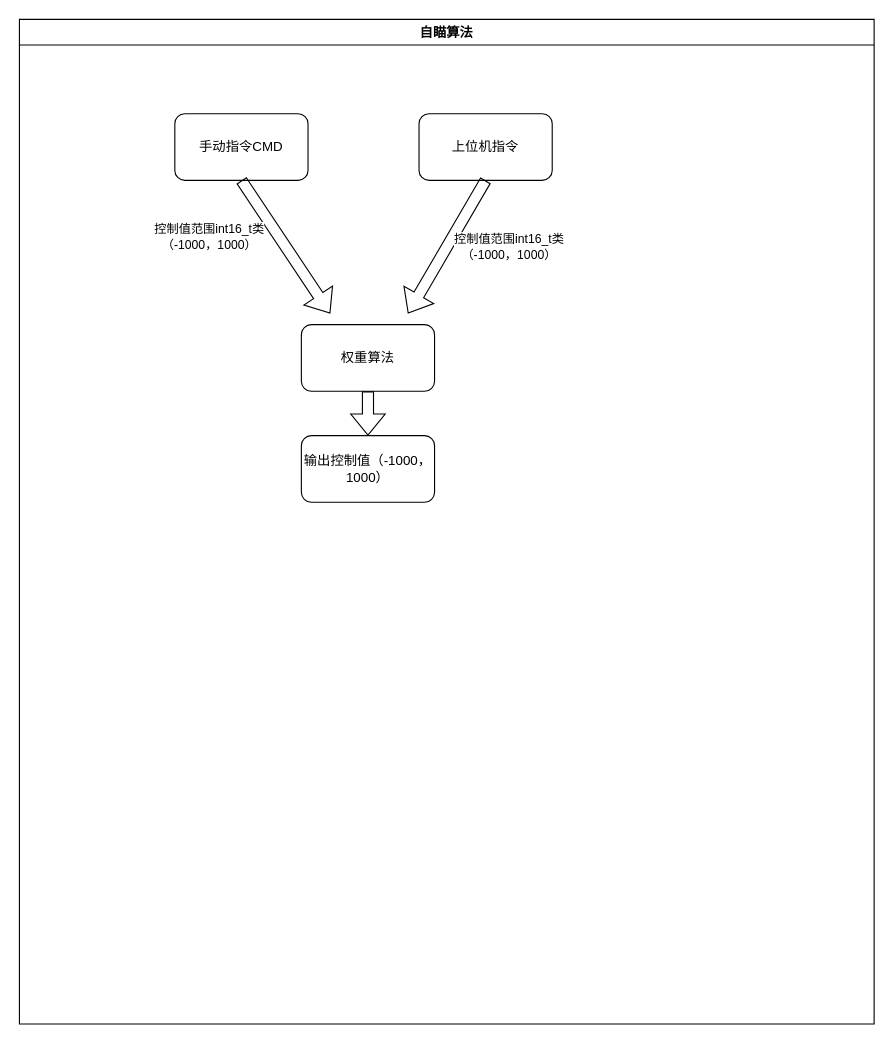
This is 下位机自瞄算法设计思路.drawio from Zhangziji-Cumulus/Cumulus_Notes, a draw.io file, before an edit. Source tidied: cells renumbered, new cells numbered last; positions are measured from the earlier drawing's top-left corner, leaving out a move shared by most shapes. Both pictures are drawn from the tidied source at 111%, with x=0, y=0 at pixel (19, 19).
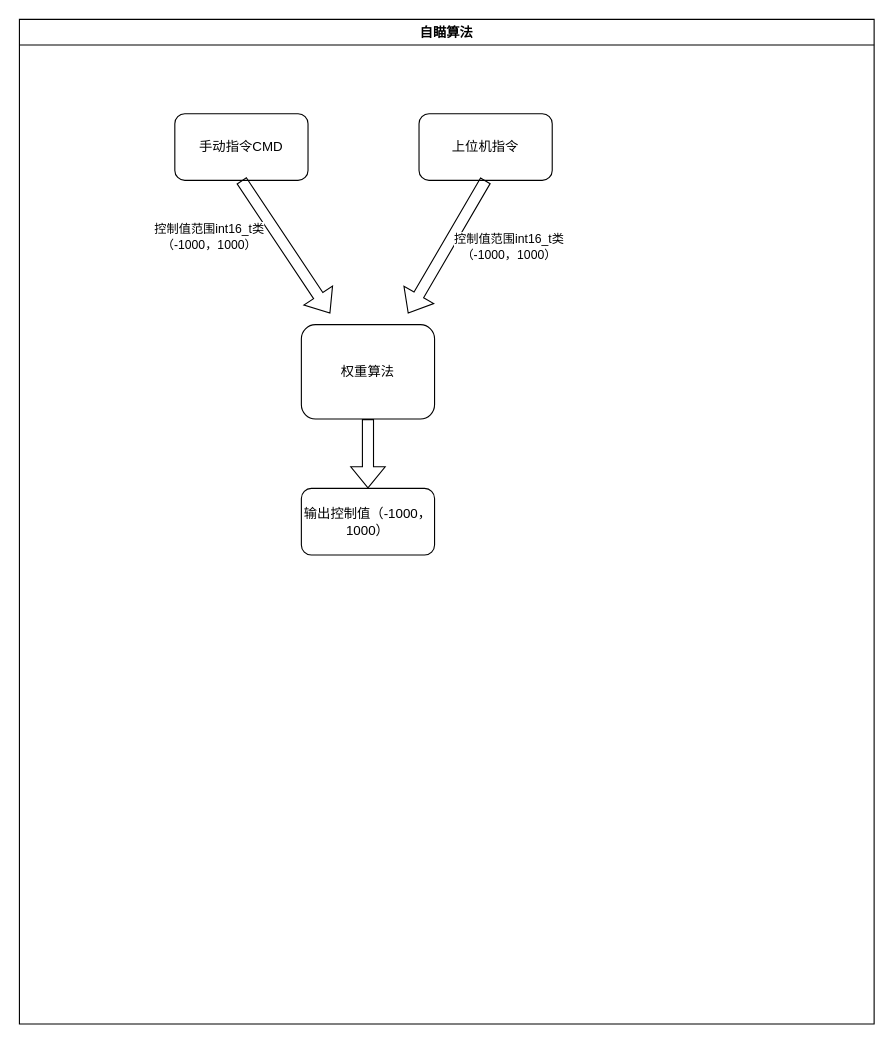
Above is the later version.

Commit message:
更新下位机自瞄算法设计思路.drawio

The edit, as a diff of the source:
```diff
@@
 <mxGraphModel>
   <root>
     <mxCell id="0" />
     <mxCell id="1" parent="0" />
     <mxCell id="2" value="自瞄算法" style="swimlane;whiteSpace=wrap;html=1;" parent="1" vertex="1">
       <mxGeometry width="770" height="905" as="geometry" />
     </mxCell>
     <mxCell id="3" value="手动指令CMD" style="rounded=1;whiteSpace=wrap;html=1;" parent="2" vertex="1">
       <mxGeometry x="140" y="85" width="120" height="60" as="geometry" />
     </mxCell>
     <mxCell id="4" value="上位机指令" style="rounded=1;whiteSpace=wrap;html=1;" parent="2" vertex="1">
       <mxGeometry x="360" y="85" width="120" height="60" as="geometry" />
     </mxCell>
     <mxCell id="5" value="权重算法" style="rounded=1;whiteSpace=wrap;html=1;" parent="2" vertex="1">
-      <mxGeometry x="254" y="275" width="120" height="60" as="geometry" />
+      <mxGeometry x="254" y="275" width="120" height="85" as="geometry" />
     </mxCell>
     <mxCell id="6" style="shape=flexArrow;endArrow=classic;html=1;rounded=0;exitX=0.5;exitY=1;exitDx=0;exitDy=0;" parent="2" edge="1" source="3">
       <mxGeometry relative="1" as="geometry">
         <mxPoint x="280" y="265" as="targetPoint" />
       </mxGeometry>
     </mxCell>
     <mxCell id="7" value="控制值范围int16_t类&lt;div&gt;（-1000，1000）&lt;/div&gt;" style="edgeLabel;html=1;align=center;verticalAlign=middle;" parent="6" vertex="1">
       <mxGeometry x="-0.46" y="2" relative="1" as="geometry">
         <mxPoint x="-53" y="19" as="offset" />
       </mxGeometry>
     </mxCell>
     <mxCell id="8" style="shape=flexArrow;endArrow=classic;html=1;rounded=0;exitX=0.5;exitY=1;exitDx=0;exitDy=0;" parent="2" edge="1">
       <mxGeometry relative="1" as="geometry">
         <mxPoint x="420" y="145" as="sourcePoint" />
         <mxPoint x="350" y="265" as="targetPoint" />
       </mxGeometry>
     </mxCell>
     <mxCell id="9" value="控制值范围int16_t类&lt;div&gt;（-1000，1000）&lt;/div&gt;" style="edgeLabel;html=1;align=center;verticalAlign=middle;" parent="8" vertex="1">
       <mxGeometry x="-0.35" y="2" relative="1" as="geometry">
         <mxPoint x="41" y="20" as="offset" />
       </mxGeometry>
     </mxCell>
+    <mxCell id="11" value="输出控制值（-1000，1000）" style="rounded=1;whiteSpace=wrap;html=1;" parent="2" vertex="1">
+      <mxGeometry x="254" y="422.5" width="120" height="60" as="geometry" />
+    </mxCell>
-    <mxCell id="10" style="shape=flexArrow;endArrow=classic;html=1;rounded=0;exitX=0.5;exitY=1;exitDx=0;exitDy=0;" parent="1" edge="1" source="5" target="11">
+    <mxCell id="10" style="shape=flexArrow;endArrow=classic;html=1;rounded=0;exitX=0.5;exitY=1;exitDx=0;exitDy=0;" parent="2" edge="1" source="5" target="11">
       <mxGeometry relative="1" as="geometry" />
     </mxCell>
-    <mxCell id="11" value="输出控制值（-1000，1000）" style="rounded=1;whiteSpace=wrap;html=1;" parent="1" vertex="1">
-      <mxGeometry x="254" y="375" width="120" height="60" as="geometry" />
-    </mxCell>
   </root>
 </mxGraphModel>
```
